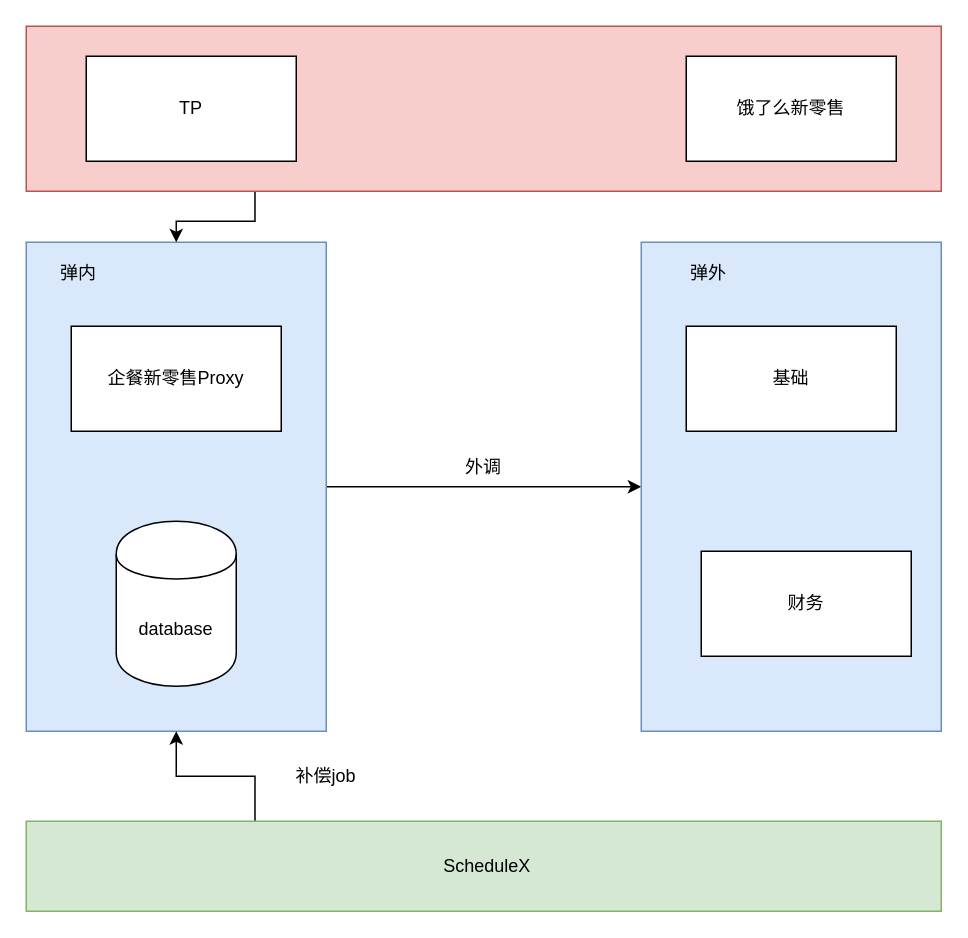
huangjunGo/zkui keeps this draw.io diagram as Untitled Diagram.drawio. Above is the earlier version. Source tidied: cells renumbered, new cells numbered last; positions are measured from the earlier drawing's top-left corner, leaving out a move shared by most shapes. Both pictures are drawn from the tidied source at 150%, with x=0, y=0 at pixel (26, 26).
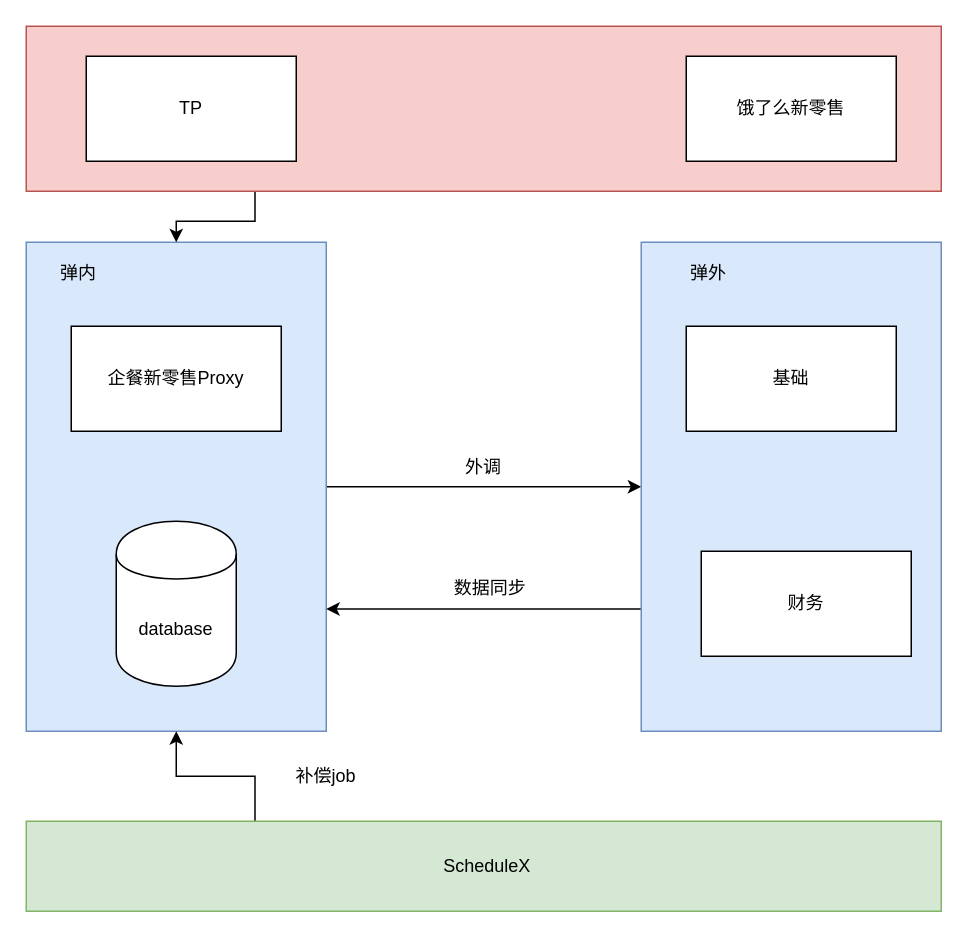
Above is the later version.

The change refers to these unchanged cells:
```xml
<mxCell id="3" style="rounded=0;whiteSpace=wrap;html=1;fillColor=#dae8fc;strokeColor=#6c8ebf;" parent="1" vertex="1">
  <mxGeometry y="144" width="200" height="326" as="geometry" />
</mxCell>
<mxCell id="7" style="rounded=0;whiteSpace=wrap;html=1;fillColor=#dae8fc;strokeColor=#6c8ebf;" parent="1" vertex="1">
  <mxGeometry x="410" y="144" width="200" height="326" as="geometry" />
</mxCell>
```

What changed in the source:
```diff
@@
+    <mxCell id="20" style="edgeStyle=orthogonalEdgeStyle;rounded=0;jettySize=auto;html=1;exitX=0;exitY=0.75;exitDx=0;exitDy=0;entryX=1;entryY=0.75;entryDx=0;entryDy=0;" parent="1" edge="1" source="7" target="3">
+      <mxGeometry relative="1" as="geometry" />
+    </mxCell>
@@
+    <mxCell id="21" value="数据同步" style="text;html=1;strokeColor=none;fillColor=none;align=center;verticalAlign=middle;whiteSpace=wrap;rounded=0;" parent="1" vertex="1">
+      <mxGeometry x="278" y="365" width="63" height="20" as="geometry" />
+    </mxCell>
```
